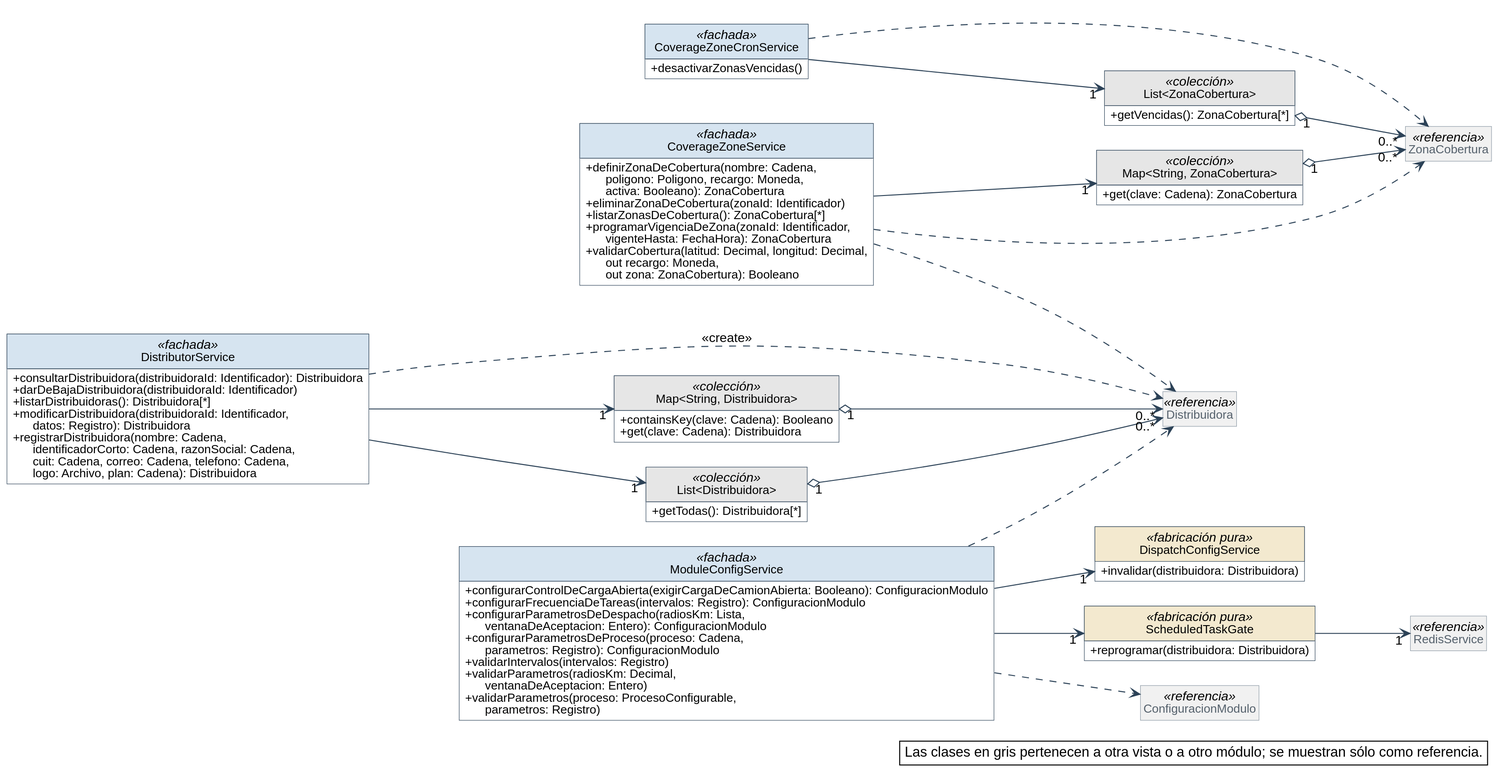
The PlantUML diagram diagramas/clases-diseno/DC_Mod_Cobertura-y-distribuidoras.svg in Nahuelito-Dev/splg-docs, before a commit.
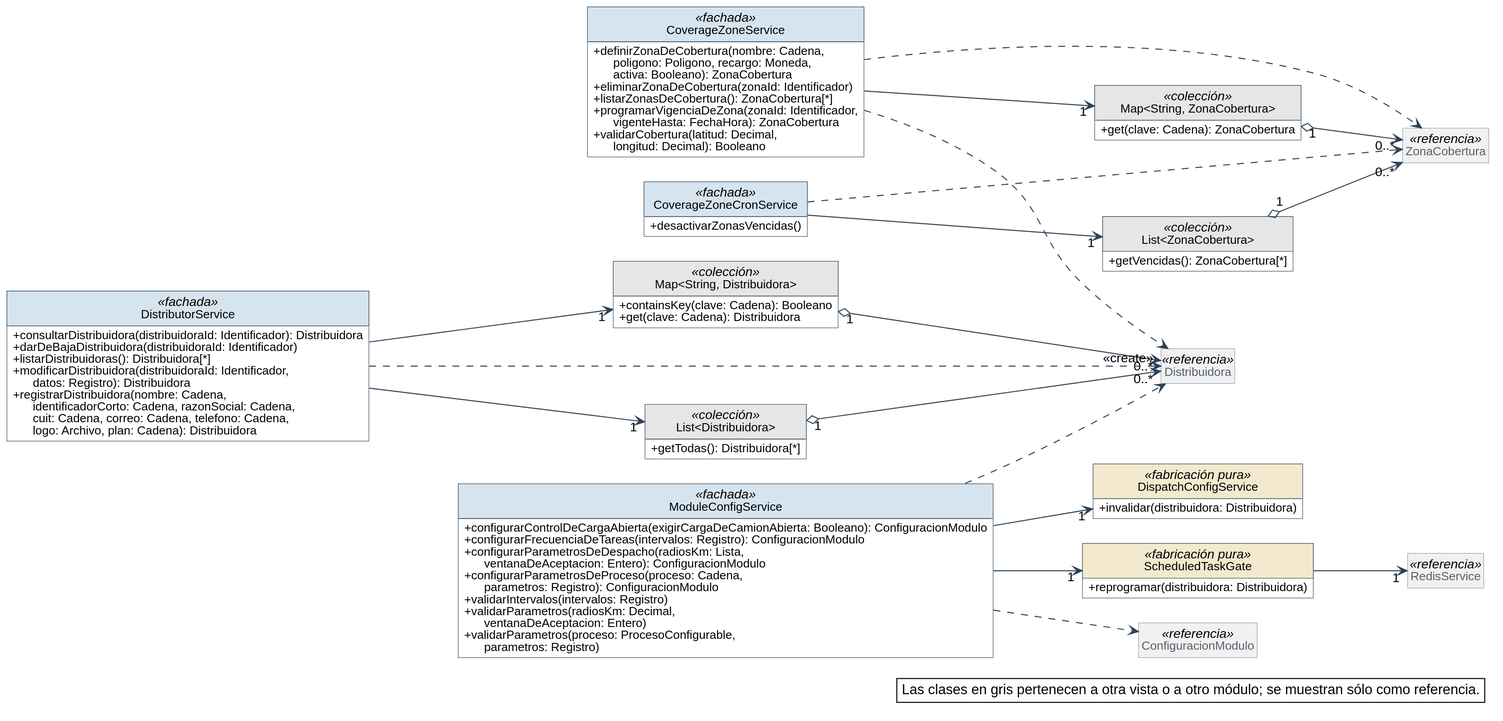
After the commit.

The edit, as a diff of the source:
```diff
@@ -65,7 +65,7 @@
   + eliminarZonaDeCobertura(zonaId: Identificador)
   + listarZonasDeCobertura(): ZonaCobertura[*]
   + programarVigenciaDeZona(zonaId: Identificador,\n      vigenteHasta: FechaHora): ZonaCobertura
-  + validarCobertura(latitud: Decimal, longitud: Decimal,\n      out recargo: Moneda,\n      out zona: ZonaCobertura): Booleano
+  + validarCobertura(latitud: Decimal,\n      longitud: Decimal): Booleano
 }
 class "Map<String, ZonaCobertura>" as Map_String_ZonaCobertura <<colección>> {
   + get(clave: Cadena): ZonaCobertura
@@ -124,7 +124,7 @@
 CoverageZoneCronService ..> ZonaCobertura
 CoverageZoneService ..> Distribuidora
 CoverageZoneService ..> ZonaCobertura
-DistributorService ..> Distribuidora : <<create>>
+DistributorService ..> "<<create>>" Distribuidora
 ModuleConfigService ..> ConfiguracionModulo
 ModuleConfigService ..> Distribuidora
 
```
